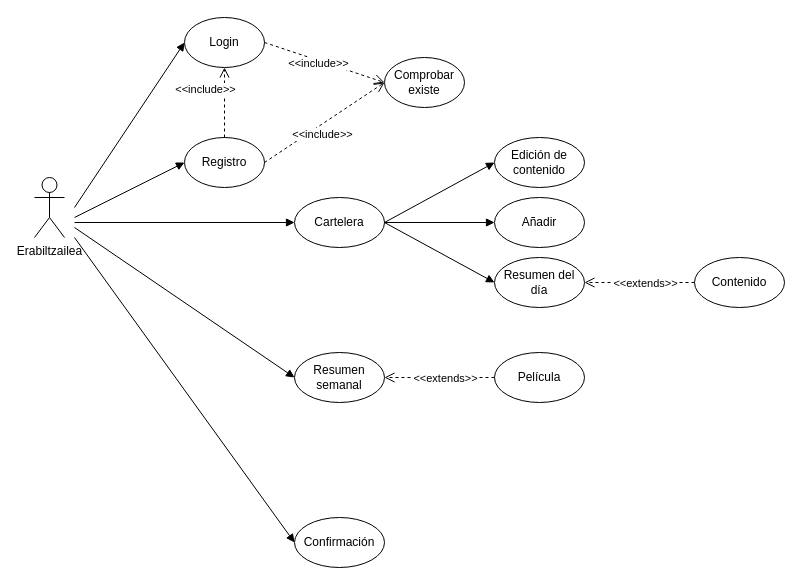
The draw.io diagram dokumentazioa/garapen_inguruneak/ErabileraDiagrama.drawio in PetaldoiPorramador/SunsetCinema, before the edit. Source tidied: cells renumbered, new cells numbered last; positions are measured from the earlier drawing's top-left corner, leaving out a move shared by most shapes. Both pictures are drawn from the tidied source at 100%, with x=0, y=0 at pixel (34, 17).
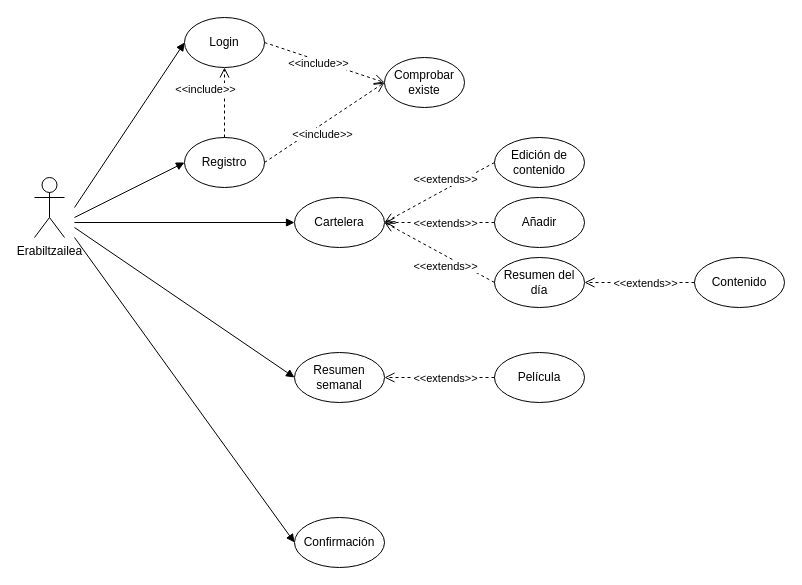
The same diagram, later.

The change refers to these unchanged cells:
```xml
<mxCell id="10" value="Cartelera" style="ellipse;whiteSpace=wrap;html=1;" parent="1" vertex="1">
  <mxGeometry x="260" y="180" width="90" height="50" as="geometry" />
</mxCell>
<mxCell id="13" value="Edición de contenido" style="ellipse;whiteSpace=wrap;html=1;" parent="1" vertex="1">
  <mxGeometry x="460" y="120" width="90" height="50" as="geometry" />
</mxCell>
<mxCell id="14" value="Añadir" style="ellipse;whiteSpace=wrap;html=1;" parent="1" vertex="1">
  <mxGeometry x="460" y="180" width="90" height="50" as="geometry" />
</mxCell>
<mxCell id="15" value="Resumen del día" style="ellipse;whiteSpace=wrap;html=1;" parent="1" vertex="1">
  <mxGeometry x="460" y="240" width="90" height="50" as="geometry" />
</mxCell>
```

Diff of the diagram source:
```diff
@@
-    <mxCell id="23" style="html=1;verticalAlign=bottom;endArrow=block;rounded=0;entryX=0;entryY=0.5;entryDx=0;entryDy=0;exitX=1;exitY=0.5;exitDx=0;exitDy=0;" parent="1" edge="1" source="10" target="13">
-      <mxGeometry relative="1" as="geometry" />
-    </mxCell>
-    <mxCell id="24" style="html=1;verticalAlign=bottom;endArrow=block;rounded=0;entryX=0;entryY=0.5;entryDx=0;entryDy=0;exitX=1;exitY=0.5;exitDx=0;exitDy=0;" parent="1" edge="1" source="10" target="14">
-      <mxGeometry relative="1" as="geometry" />
-    </mxCell>
-    <mxCell id="25" style="html=1;verticalAlign=bottom;endArrow=block;rounded=0;entryX=0;entryY=0.5;entryDx=0;entryDy=0;exitX=1;exitY=0.5;exitDx=0;exitDy=0;" parent="1" edge="1" source="10" target="15">
-      <mxGeometry relative="1" as="geometry" />
-    </mxCell>
@@
+    <mxCell id="32" style="html=1;verticalAlign=bottom;endArrow=open;dashed=1;endSize=8;rounded=0;exitX=0;exitY=0.5;exitDx=0;exitDy=0;entryX=1;entryY=0.5;entryDx=0;entryDy=0;" parent="1" edge="1" source="15" target="10">
+      <mxGeometry x="0.98" y="-138" relative="1" as="geometry" />
+    </mxCell>
+    <mxCell id="33" value="&amp;lt;&amp;lt;extends&amp;gt;&amp;gt;" style="edgeLabel;html=1;align=center;verticalAlign=middle;" parent="32" vertex="1">
+      <mxGeometry x="-0.46" relative="1" as="geometry">
+        <mxPoint x="-20" as="offset" />
+      </mxGeometry>
+    </mxCell>
+    <mxCell id="34" style="html=1;verticalAlign=bottom;endArrow=open;dashed=1;endSize=8;rounded=0;exitX=0;exitY=0.5;exitDx=0;exitDy=0;entryX=1;entryY=0.5;entryDx=0;entryDy=0;" parent="1" edge="1" source="13" target="10">
+      <mxGeometry x="0.98" y="-138" relative="1" as="geometry" />
+    </mxCell>
+    <mxCell id="35" value="&amp;lt;&amp;lt;extends&amp;gt;&amp;gt;" style="edgeLabel;html=1;align=center;verticalAlign=middle;" parent="34" vertex="1">
+      <mxGeometry x="-0.46" relative="1" as="geometry">
+        <mxPoint x="-20" as="offset" />
+      </mxGeometry>
+    </mxCell>
+    <mxCell id="36" style="html=1;verticalAlign=bottom;endArrow=open;dashed=1;endSize=8;rounded=0;exitX=0;exitY=0.5;exitDx=0;exitDy=0;entryX=1;entryY=0.5;entryDx=0;entryDy=0;" parent="1" edge="1" source="14" target="10">
+      <mxGeometry x="0.98" y="-138" relative="1" as="geometry" />
+    </mxCell>
+    <mxCell id="37" value="&amp;lt;&amp;lt;extends&amp;gt;&amp;gt;" style="edgeLabel;html=1;align=center;verticalAlign=middle;" parent="36" vertex="1">
+      <mxGeometry x="-0.46" relative="1" as="geometry">
+        <mxPoint x="-20" as="offset" />
+      </mxGeometry>
+    </mxCell>
```
